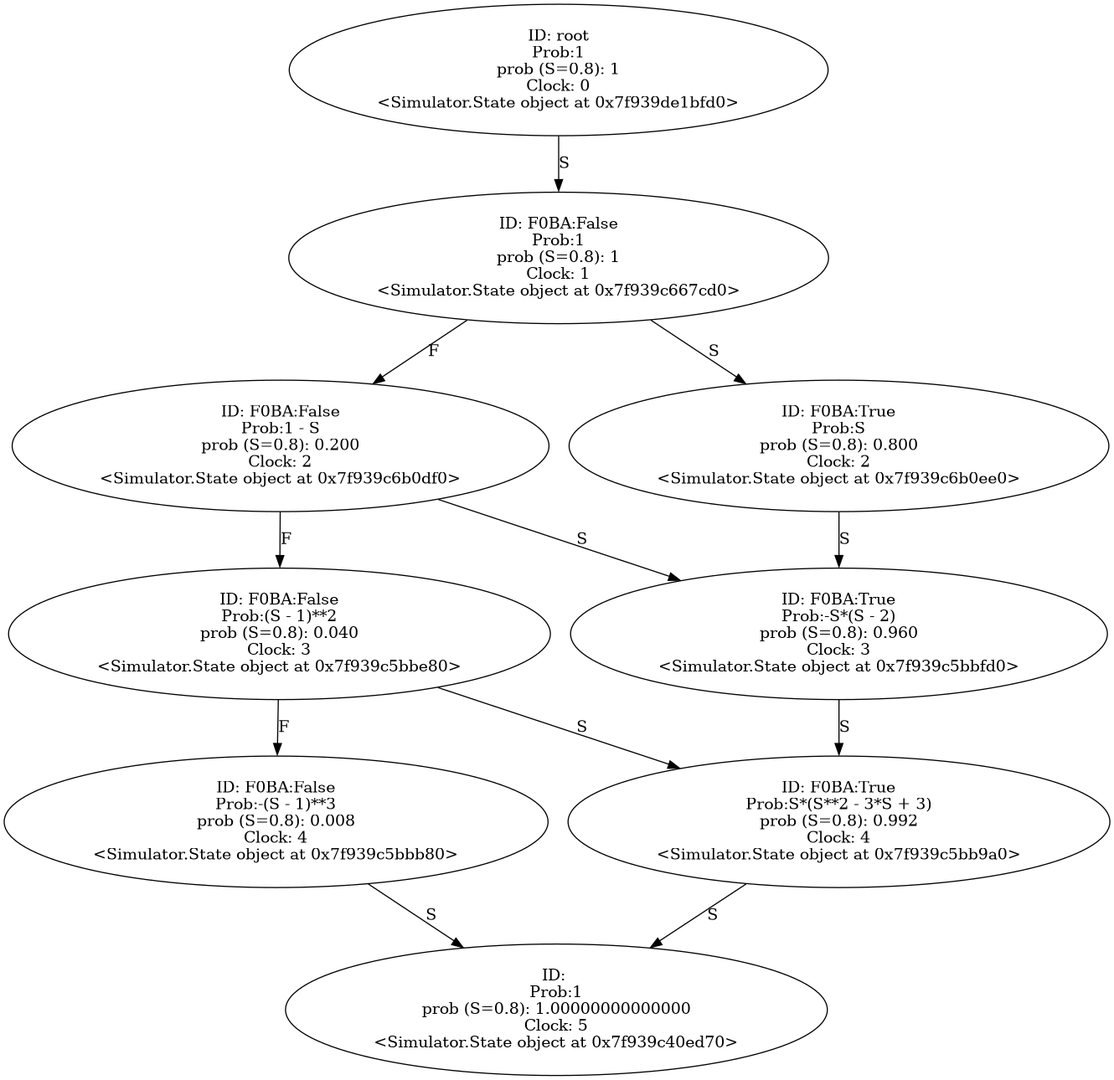
Above: Output/two_pulls.wrp.gv.png in YasinBoloorchi/WARP-Simulator (Graphviz), before the change. Its source is kept beside it as Output/two_pulls.wrp.gv.
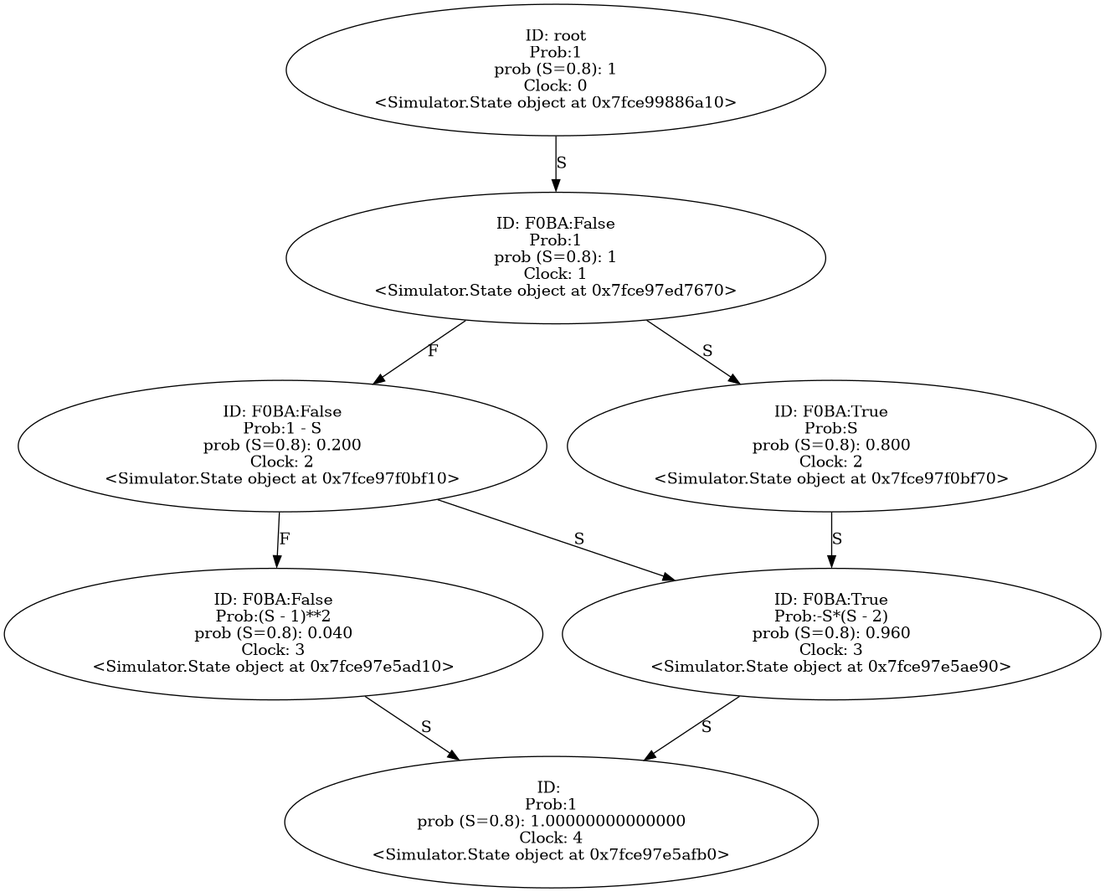
After the change.

Diff of the diagram source:
```diff
@@ -1,58 +1,45 @@
 digraph "./Output/two_pulls.wrp" {
-	<Simulator.State object at 0x7f939de1bfd0> [label="ID: root
+	<Simulator.State object at 0x7fce99886a10> [label="ID: root
 Prob:1
 prob (S=0.8): 1
 Clock: 0
-<Simulator.State object at 0x7f939de1bfd0>"]
-	<Simulator.State object at 0x7f939de1bfd0> -> <Simulator.State object at 0x7f939c667cd0> [label=S]
-	<Simulator.State object at 0x7f939c667cd0> [label="ID: F0BA:False
+<Simulator.State object at 0x7fce99886a10>"]
+	<Simulator.State object at 0x7fce99886a10> -> <Simulator.State object at 0x7fce97ed7670> [label=S]
+	<Simulator.State object at 0x7fce97ed7670> [label="ID: F0BA:False
 Prob:1
 prob (S=0.8): 1
 Clock: 1
-<Simulator.State object at 0x7f939c667cd0>"]
-	<Simulator.State object at 0x7f939c667cd0> -> <Simulator.State object at 0x7f939c6b0df0> [label=F]
-	<Simulator.State object at 0x7f939c667cd0> -> <Simulator.State object at 0x7f939c6b0ee0> [label=S]
-	<Simulator.State object at 0x7f939c6b0df0> [label="ID: F0BA:False
+<Simulator.State object at 0x7fce97ed7670>"]
+	<Simulator.State object at 0x7fce97ed7670> -> <Simulator.State object at 0x7fce97f0bf10> [label=F]
+	<Simulator.State object at 0x7fce97ed7670> -> <Simulator.State object at 0x7fce97f0bf70> [label=S]
+	<Simulator.State object at 0x7fce97f0bf10> [label="ID: F0BA:False
 Prob:1 - S
 prob (S=0.8): 0.200
 Clock: 2
-<Simulator.State object at 0x7f939c6b0df0>"]
-	<Simulator.State object at 0x7f939c6b0df0> -> <Simulator.State object at 0x7f939c5bbe80> [label=F]
-	<Simulator.State object at 0x7f939c6b0df0> -> <Simulator.State object at 0x7f939c5bbfd0> [label=S]
-	<Simulator.State object at 0x7f939c6b0ee0> [label="ID: F0BA:True
+<Simulator.State object at 0x7fce97f0bf10>"]
+	<Simulator.State object at 0x7fce97f0bf10> -> <Simulator.State object at 0x7fce97e5ad10> [label=F]
+	<Simulator.State object at 0x7fce97f0bf10> -> <Simulator.State object at 0x7fce97e5ae90> [label=S]
+	<Simulator.State object at 0x7fce97f0bf70> [label="ID: F0BA:True
 Prob:S
 prob (S=0.8): 0.800
 Clock: 2
-<Simulator.State object at 0x7f939c6b0ee0>"]
-	<Simulator.State object at 0x7f939c6b0ee0> -> <Simulator.State object at 0x7f939c5bbfd0> [label=S]
-	<Simulator.State object at 0x7f939c5bbe80> [label="ID: F0BA:False
+<Simulator.State object at 0x7fce97f0bf70>"]
+	<Simulator.State object at 0x7fce97f0bf70> -> <Simulator.State object at 0x7fce97e5ae90> [label=S]
+	<Simulator.State object at 0x7fce97e5ad10> [label="ID: F0BA:False
 Prob:(S - 1)**2
 prob (S=0.8): 0.040
 Clock: 3
-<Simulator.State object at 0x7f939c5bbe80>"]
-	<Simulator.State object at 0x7f939c5bbe80> -> <Simulator.State object at 0x7f939c5bbb80> [label=F]
-	<Simulator.State object at 0x7f939c5bbe80> -> <Simulator.State object at 0x7f939c5bb9a0> [label=S]
-	<Simulator.State object at 0x7f939c5bbfd0> [label="ID: F0BA:True
+<Simulator.State object at 0x7fce97e5ad10>"]
+	<Simulator.State object at 0x7fce97e5ad10> -> <Simulator.State object at 0x7fce97e5afb0> [label=S]
+	<Simulator.State object at 0x7fce97e5ae90> [label="ID: F0BA:True
 Prob:-S*(S - 2)
 prob (S=0.8): 0.960
 Clock: 3
-<Simulator.State object at 0x7f939c5bbfd0>"]
-	<Simulator.State object at 0x7f939c5bbfd0> -> <Simulator.State object at 0x7f939c5bb9a0> [label=S]
-	<Simulator.State object at 0x7f939c5bbb80> [label="ID: F0BA:False
-Prob:-(S - 1)**3
-prob (S=0.8): 0.008
-Clock: 4
-<Simulator.State object at 0x7f939c5bbb80>"]
-	<Simulator.State object at 0x7f939c5bbb80> -> <Simulator.State object at 0x7f939c40ed70> [label=S]
-	<Simulator.State object at 0x7f939c5bb9a0> [label="ID: F0BA:True
-Prob:S*(S**2 - 3*S + 3)
-prob (S=0.8): 0.992
-Clock: 4
-<Simulator.State object at 0x7f939c5bb9a0>"]
-	<Simulator.State object at 0x7f939c5bb9a0> -> <Simulator.State object at 0x7f939c40ed70> [label=S]
-	<Simulator.State object at 0x7f939c40ed70> [label="ID:
+<Simulator.State object at 0x7fce97e5ae90>"]
+	<Simulator.State object at 0x7fce97e5ae90> -> <Simulator.State object at 0x7fce97e5afb0> [label=S]
+	<Simulator.State object at 0x7fce97e5afb0> [label="ID:
 Prob:1
 prob (S=0.8): 1.00000000000000
-Clock: 5
-<Simulator.State object at 0x7f939c40ed70>"]
+Clock: 4
+<Simulator.State object at 0x7fce97e5afb0>"]
 }
```
